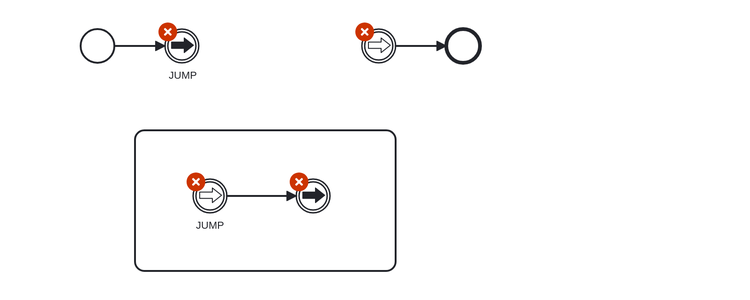
Before: docs/rules/examples/link-event-incorrect.png, a diagram exported from BPMN (bpmn-io/bpmnlint). Its source is kept beside it as docs/rules/examples/link-event-incorrect.bpmn. Ids are renumbered. Source of this version:
```xml
<bpmn:definitions xmlns:bpmn="http://www.omg.org/spec/BPMN/20100524/MODEL" xmlns:bpmndi="http://www.omg.org/spec/BPMN/20100524/DI" xmlns:dc="http://www.omg.org/spec/DD/20100524/DC" xmlns:di="http://www.omg.org/spec/DD/20100524/DI" xmlns:modeler="http://camunda.org/schema/modeler/1.0" id="Definitions_n1" targetNamespace="http://bpmn.io/schema/bpmn" exporter="Camunda Modeler" exporterVersion="5.20.0-nightly.20240107" modeler:executionPlatform="Camunda Cloud" modeler:executionPlatformVersion="8.4.0">
  <bpmn:process id="Process_n2" isExecutable="true">
    <bpmn:intermediateThrowEvent id="Event_n3" name="JUMP">
      <bpmn:incoming>Flow_n4</bpmn:incoming>
      <bpmn:linkEventDefinition id="LinkEventDefinition_n5" name="" />
    </bpmn:intermediateThrowEvent>
    <bpmn:startEvent id="Event_n6">
      <bpmn:outgoing>Flow_n4</bpmn:outgoing>
    </bpmn:startEvent>
    <bpmn:sequenceFlow id="Flow_n4" sourceRef="Event_n6" targetRef="Event_n3" />
    <bpmn:subProcess id="Activity_n7">
      <bpmn:intermediateCatchEvent id="Event_n8" name="JUMP">
        <bpmn:outgoing>Flow_n9</bpmn:outgoing>
        <bpmn:linkEventDefinition id="LinkEventDefinition_n10" name="" />
      </bpmn:intermediateCatchEvent>
      <bpmn:intermediateThrowEvent id="Event_n11">
        <bpmn:incoming>Flow_n9</bpmn:incoming>
        <bpmn:linkEventDefinition id="LinkEventDefinition_n12" name="" />
      </bpmn:intermediateThrowEvent>
      <bpmn:sequenceFlow id="Flow_n9" sourceRef="Event_n8" targetRef="Event_n11" />
    </bpmn:subProcess>
    <bpmn:intermediateCatchEvent id="Event_n13">
      <bpmn:outgoing>Flow_n14</bpmn:outgoing>
      <bpmn:linkEventDefinition id="LinkEventDefinition_n15" name="" />
    </bpmn:intermediateCatchEvent>
    <bpmn:endEvent id="Event_n16">
      <bpmn:incoming>Flow_n14</bpmn:incoming>
    </bpmn:endEvent>
    <bpmn:sequenceFlow id="Flow_n14" sourceRef="Event_n13" targetRef="Event_n16" />
  </bpmn:process>
  <bpmndi:BPMNDiagram id="BPMNDiagram_1">
    <bpmndi:BPMNPlane id="BPMNPlane_1" bpmnElement="Process_n2">
      <bpmndi:BPMNShape id="Event_00qu043_di" bpmnElement="Event_n3">
        <dc:Bounds x="232" y="82" width="36" height="36" />
        <bpmndi:BPMNLabel>
          <dc:Bounds x="236" y="125" width="30" height="14" />
        </bpmndi:BPMNLabel>
      </bpmndi:BPMNShape>
      <bpmndi:BPMNShape id="Event_n6_di" bpmnElement="Event_n6">
        <dc:Bounds x="142" y="82" width="36" height="36" />
      </bpmndi:BPMNShape>
      <bpmndi:BPMNShape id="Event_17pzlw3_di" bpmnElement="Event_n13">
        <dc:Bounds x="442" y="82" width="36" height="36" />
      </bpmndi:BPMNShape>
      <bpmndi:BPMNShape id="Event_n16_di" bpmnElement="Event_n16">
        <dc:Bounds x="532" y="82" width="36" height="36" />
      </bpmndi:BPMNShape>
      <bpmndi:BPMNShape id="Activity_n7_di" bpmnElement="Activity_n7" isExpanded="true">
        <dc:Bounds x="200" y="190" width="278" height="150" />
      </bpmndi:BPMNShape>
      <bpmndi:BPMNShape id="Event_003mg68_di" bpmnElement="Event_n8">
        <dc:Bounds x="262" y="242" width="36" height="36" />
        <bpmndi:BPMNLabel>
          <dc:Bounds x="265" y="285" width="30" height="14" />
        </bpmndi:BPMNLabel>
      </bpmndi:BPMNShape>
      <bpmndi:BPMNShape id="BPMNShape_n17" bpmnElement="Event_n11">
        <dc:Bounds x="372" y="242" width="36" height="36" />
        <bpmndi:BPMNLabel>
          <dc:Bounds x="466" y="315" width="30" height="14" />
        </bpmndi:BPMNLabel>
      </bpmndi:BPMNShape>
      <bpmndi:BPMNEdge id="Flow_n9_di" bpmnElement="Flow_n9">
        <di:waypoint x="298" y="260" />
        <di:waypoint x="372" y="260" />
      </bpmndi:BPMNEdge>
      <bpmndi:BPMNEdge id="Flow_n4_di" bpmnElement="Flow_n4">
        <di:waypoint x="178" y="100" />
        <di:waypoint x="232" y="100" />
      </bpmndi:BPMNEdge>
      <bpmndi:BPMNEdge id="Flow_n14_di" bpmnElement="Flow_n14">
        <di:waypoint x="478" y="100" />
        <di:waypoint x="532" y="100" />
      </bpmndi:BPMNEdge>
    </bpmndi:BPMNPlane>
  </bpmndi:BPMNDiagram>
</bpmn:definitions>
```
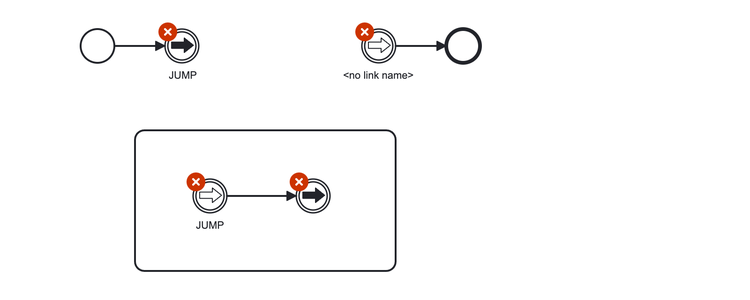
Later version of the same file.

Commit message:
fix: make `link-event` rule check only BPMN compliance

What changed in the source:
```diff
@@ -1,4 +1,4 @@
-<bpmn:definitions xmlns:bpmn="http://www.omg.org/spec/BPMN/20100524/MODEL" xmlns:bpmndi="http://www.omg.org/spec/BPMN/20100524/DI" xmlns:dc="http://www.omg.org/spec/DD/20100524/DC" xmlns:di="http://www.omg.org/spec/DD/20100524/DI" xmlns:modeler="http://camunda.org/schema/modeler/1.0" id="Definitions_n1" targetNamespace="http://bpmn.io/schema/bpmn" exporter="Camunda Modeler" exporterVersion="5.20.0-nightly.20240107" modeler:executionPlatform="Camunda Cloud" modeler:executionPlatformVersion="8.4.0">
+<bpmn:definitions xmlns:bpmn="http://www.omg.org/spec/BPMN/20100524/MODEL" xmlns:bpmndi="http://www.omg.org/spec/BPMN/20100524/DI" xmlns:dc="http://www.omg.org/spec/DD/20100524/DC" xmlns:di="http://www.omg.org/spec/DD/20100524/DI" xmlns:modeler="http://camunda.org/schema/modeler/1.0" id="Definitions_n1" targetNamespace="http://bpmn.io/schema/bpmn" exporter="Camunda Modeler" exporterVersion="5.23.0" modeler:executionPlatform="Camunda Cloud" modeler:executionPlatformVersion="8.4.0">
   <bpmn:process id="Process_n2" isExecutable="true">
     <bpmn:intermediateThrowEvent id="Event_n3" name="JUMP">
       <bpmn:incoming>Flow_n4</bpmn:incoming>
@@ -19,7 +19,7 @@
       </bpmn:intermediateThrowEvent>
       <bpmn:sequenceFlow id="Flow_n9" sourceRef="Event_n8" targetRef="Event_n11" />
     </bpmn:subProcess>
-    <bpmn:intermediateCatchEvent id="Event_n13">
+    <bpmn:intermediateCatchEvent id="Event_n13" name="&#60;no link name&#62;">
       <bpmn:outgoing>Flow_n14</bpmn:outgoing>
       <bpmn:linkEventDefinition id="LinkEventDefinition_n15" name="" />
     </bpmn:intermediateCatchEvent>
@@ -38,12 +38,6 @@
       </bpmndi:BPMNShape>
       <bpmndi:BPMNShape id="Event_n6_di" bpmnElement="Event_n6">
         <dc:Bounds x="142" y="82" width="36" height="36" />
-      </bpmndi:BPMNShape>
-      <bpmndi:BPMNShape id="Event_17pzlw3_di" bpmnElement="Event_n13">
-        <dc:Bounds x="442" y="82" width="36" height="36" />
-      </bpmndi:BPMNShape>
-      <bpmndi:BPMNShape id="Event_n16_di" bpmnElement="Event_n16">
-        <dc:Bounds x="532" y="82" width="36" height="36" />
       </bpmndi:BPMNShape>
       <bpmndi:BPMNShape id="Activity_n7_di" bpmnElement="Activity_n7" isExpanded="true">
         <dc:Bounds x="200" y="190" width="278" height="150" />
@@ -64,6 +58,15 @@
         <di:waypoint x="298" y="260" />
         <di:waypoint x="372" y="260" />
       </bpmndi:BPMNEdge>
+      <bpmndi:BPMNShape id="Event_17pzlw3_di" bpmnElement="Event_n13">
+        <dc:Bounds x="442" y="82" width="36" height="36" />
+        <bpmndi:BPMNLabel>
+          <dc:Bounds x="417" y="125" width="86" height="14" />
+        </bpmndi:BPMNLabel>
+      </bpmndi:BPMNShape>
+      <bpmndi:BPMNShape id="Event_n16_di" bpmnElement="Event_n16">
+        <dc:Bounds x="532" y="82" width="36" height="36" />
+      </bpmndi:BPMNShape>
       <bpmndi:BPMNEdge id="Flow_n4_di" bpmnElement="Flow_n4">
         <di:waypoint x="178" y="100" />
         <di:waypoint x="232" y="100" />
```
